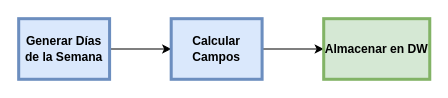
This is 4. Diseño físico/dimensions/diasdelasemana/CargaDiasDeLaSemana.drawio from gonzalomelov/dw-calidad-aire-docs, a draw.io file, before an edit. Source tidied: cells renumbered, new cells numbered last; positions are measured from the earlier drawing's top-left corner, leaving out a move shared by most shapes. Both pictures are drawn from the tidied source at 101%, with x=0, y=0 at pixel (18, 18).
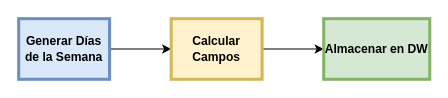
After the change.

The edit, as a diff of the source:
```diff
@@
 <mxGraphModel background="#ffffff">
   <root>
     <mxCell id="0" />
     <mxCell id="1" parent="0" />
     <mxCell id="2" style="edgeStyle=orthogonalEdgeStyle;rounded=0;jettySize=auto;html=1;exitX=1;exitY=0.5;exitDx=0;exitDy=0;entryX=0;entryY=0.5;entryDx=0;entryDy=0;" parent="1" edge="1" source="3" target="5">
       <mxGeometry relative="1" as="geometry" />
     </mxCell>
     <mxCell id="3" value="Generar Días de la Semana" style="whiteSpace=wrap;align=center;verticalAlign=middle;fontStyle=1;strokeWidth=3;fillColor=#dae8fc;strokeColor=#6c8ebf;" parent="1" vertex="1">
       <mxGeometry width="90" height="60" as="geometry" />
     </mxCell>
     <mxCell id="4" style="edgeStyle=orthogonalEdgeStyle;rounded=0;jettySize=auto;html=1;exitX=1;exitY=0.5;exitDx=0;exitDy=0;entryX=0;entryY=0.5;entryDx=0;entryDy=0;" parent="1" edge="1" source="5" target="6">
       <mxGeometry relative="1" as="geometry" />
     </mxCell>
-    <mxCell id="5" value="Calcular Campos" style="whiteSpace=wrap;align=center;verticalAlign=middle;fontStyle=1;strokeWidth=3;fillColor=#dae8fc;strokeColor=#6c8ebf;" parent="1" vertex="1">
+    <mxCell id="5" value="Calcular Campos" style="whiteSpace=wrap;align=center;verticalAlign=middle;fontStyle=1;strokeWidth=3;fillColor=#fff2cc;strokeColor=#d6b656;" parent="1" vertex="1">
       <mxGeometry x="151" width="90" height="60" as="geometry" />
     </mxCell>
     <mxCell id="6" value="Almacenar en DW" style="whiteSpace=wrap;align=center;verticalAlign=middle;fontStyle=1;strokeWidth=3;fillColor=#d5e8d4;strokeColor=#82b366;" parent="1" vertex="1">
       <mxGeometry x="302" width="105" height="60" as="geometry" />
     </mxCell>
   </root>
 </mxGraphModel>
```
